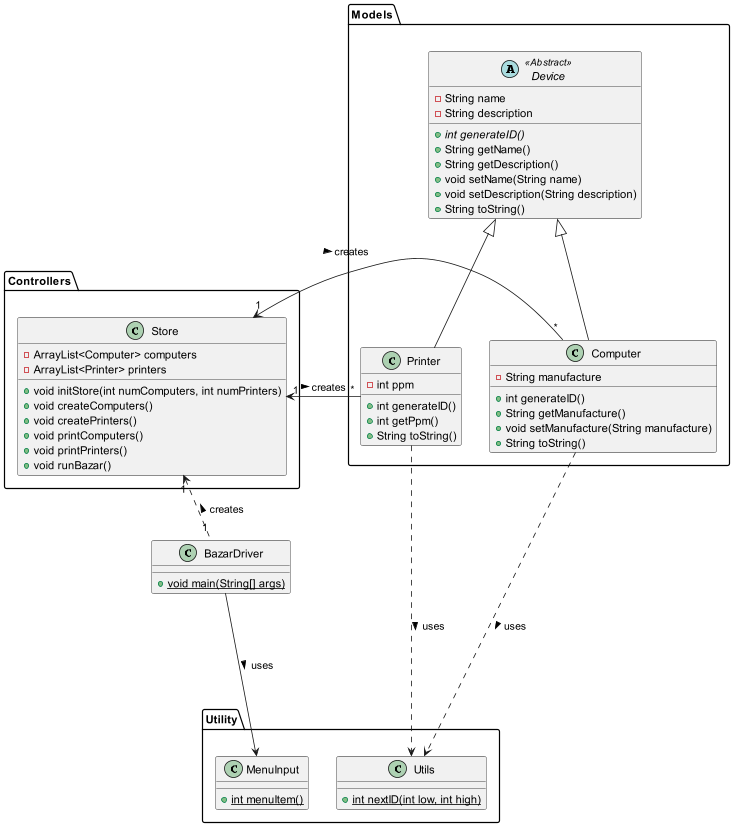
Above: Docs/UML Diagram.png in jenul-ferdinand/digital-bazaar (PlantUML), before the change.
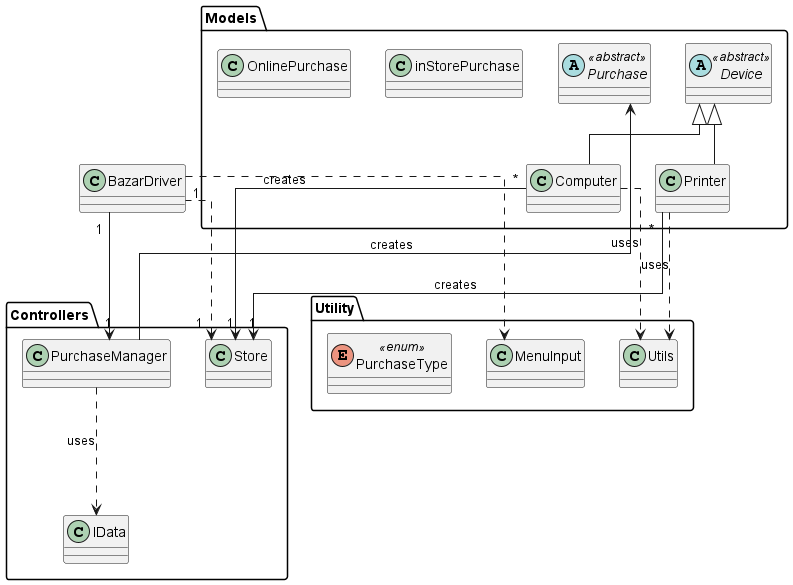
After the commit.

Commit message:
Created UML Diagram Image

The edit, as a diff of the source:
```diff
@@ -1,74 +1,55 @@
 @startuml
 
+skinparam linetype ortho
 
-class BazarDriver {
-    + {static} void main(String[] args)
-}
+class BazarDriver
 
 package Controllers {
-    class Store {
-        - ArrayList<Computer> computers
-        - ArrayList<Printer> printers
-        + void initStore(int numComputers, int numPrinters)
-        + void createComputers()
-        + void createPrinters()
-        + void printComputers()
-        + void printPrinters()
-        + void runBazar()
-    }
+    class Store
+
+    class PurchaseManager
+
+    class IData
 }
 
 package Models {
+    abstract class Device <<abstract>>
 
-    class Printer {
-        - int ppm
-        + int generateID()
-        + int getPpm()
-        + String toString()
-    }
+    class Printer
 
-    class Computer {
-        - String manufacture
-        + int generateID()
-        + String getManufacture()
-        + void setManufacture(String manufacture)
-        + String toString()
-    }
+    class Computer
 
-    abstract class Device <<Abstract>> {
-        - String name
-        - String description
-        + {abstract} int generateID()
-        + String getName()
-        + String getDescription()
-        + void setName(String name)
-        + void setDescription(String description)
-        + String toString()
-    }
+    abstract class Purchase <<abstract>>
+
+    class inStorePurchase
+
+    class OnlinePurchase
 }
 
 package Utility {
-    class MenuInput {
-        + {static} int menuItem()
-    }
+    class MenuInput
 
-    class Utils {
-        + {static} int nextID(int low, int high)
-    }
+    class Utils
+
+    enum PurchaseType <<enum>>
 }
 
 
 Printer -u-|> Device
 Computer -u-|> Device
 
-Printer "*" -r-> "1" Store : creates <
-Computer "*" -l-> "1" Store : creates <
+Printer "*" ---> "1" Store : creates
+Computer "*" ---> "1" Store : creates
 
-Printer ...> Utils : uses >
-Computer ...>  Utils : uses >
+Printer ...> Utils : uses
+Computer ...>  Utils : uses
 
-BazarDriver "1" .u.> "1" Store : creates >
-BazarDriver ---> MenuInput : uses >
+BazarDriver "1" .u.> "1" Store
+BazarDriver ...> MenuInput
 
+BazarDriver "1" ---> "1" PurchaseManager
+
+PurchaseManager --> Purchase : creates
+PurchaseManager ...> IData : uses
 
 @enduml
```
